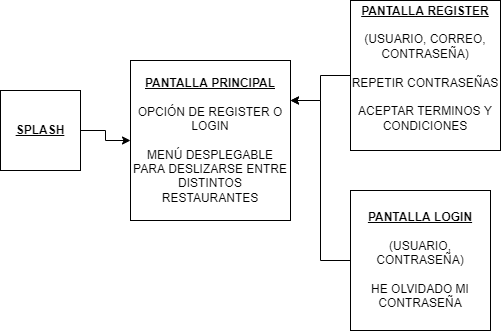
The draw.io diagram Diagrama sin título.drawio.png in angelcriber99/jerou, before a commit. Source tidied: cells renumbered, new cells last; positions are measured from the earlier drawing's top-left corner, leaving out a move shared by most shapes.
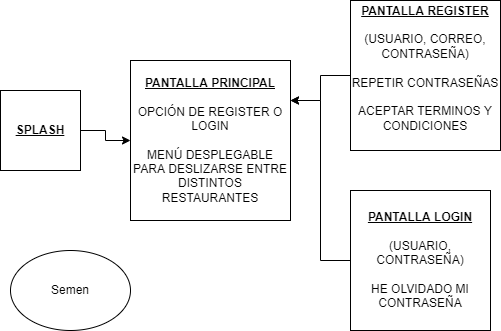
Above is the later version.

The edit, as a diff of the source:
```diff
@@ -23,5 +23,8 @@
     <mxCell id="8" value="&lt;b&gt;&lt;u&gt;PANTALLA LOGIN&lt;/u&gt;&lt;/b&gt;&lt;br&gt;&lt;br&gt;(USUARIO, CONTRASEÑA)&lt;br&gt;&lt;br&gt;HE OLVIDADO MI CONTRASEÑA" style="whiteSpace=wrap;html=1;" parent="1" vertex="1">
       <mxGeometry x="350" y="190" width="140" height="140" as="geometry" />
     </mxCell>
+    <mxCell id="9" value="Semen" style="ellipse;whiteSpace=wrap;html=1;" parent="1" vertex="1">
+      <mxGeometry x="10" y="250" width="120" height="80" as="geometry" />
+    </mxCell>
   </root>
 </mxGraphModel>
```
